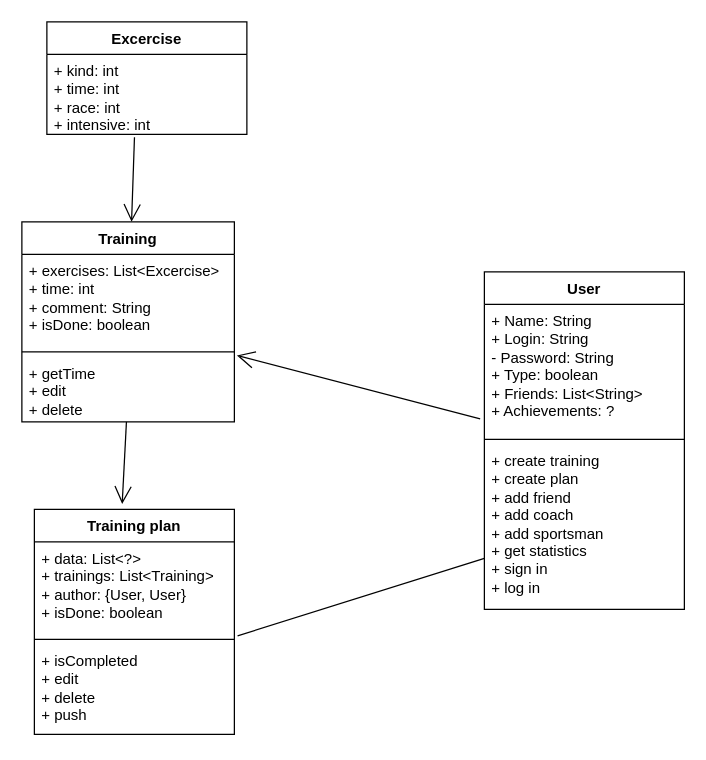
The draw.io diagram ClassDiagram.drawio in hse-2024-java-android-sport-app/sport-app-project, before the edit. Source tidied: cells renumbered, new cells numbered last; positions are measured from the earlier drawing's top-left corner, leaving out a move shared by most shapes. Both pictures are drawn from the tidied source at 125%, with x=0, y=0 at pixel (21, 21).
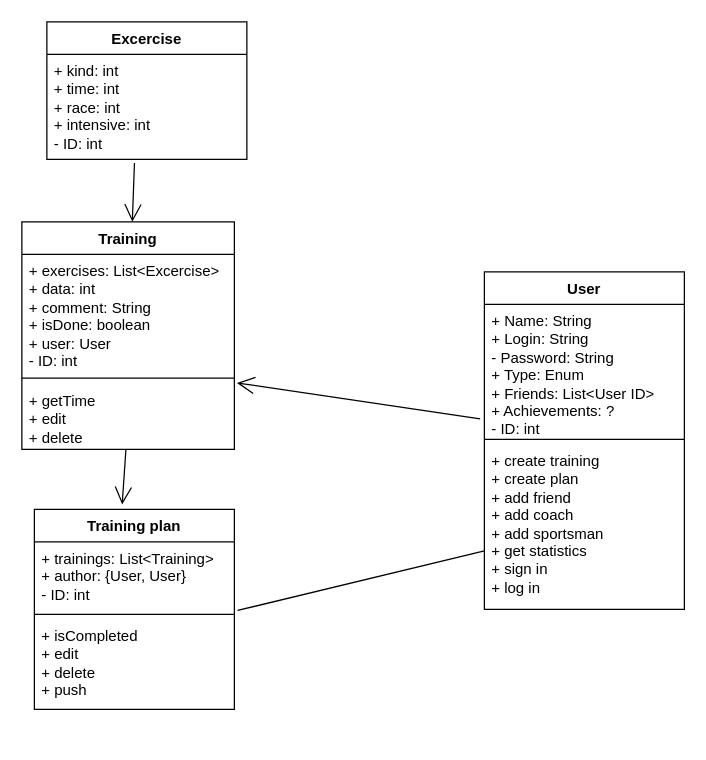
The same page after the edit.

What changed in the source:
```diff
@@
 <mxGraphModel>
   <root>
     <mxCell id="0" />
     <mxCell id="1" parent="0" />
     <mxCell id="2" value="User" style="swimlane;fontStyle=1;align=center;verticalAlign=top;horizontal=1;startSize=26;whiteSpace=wrap;html=1;" parent="1" vertex="1">
       <mxGeometry x="370" y="200" width="160" height="270" as="geometry" />
     </mxCell>
-    <mxCell id="3" value="+ Name: String&lt;br&gt;+ Login: String&lt;br&gt;- Password: String&lt;br&gt;+ Type: boolean&lt;br&gt;+ Friends: List&amp;lt;String&amp;gt;&lt;br&gt;+ Achievements: ?" style="text;strokeColor=none;fillColor=none;align=left;verticalAlign=top;spacingLeft=4;spacingRight=4;overflow=hidden;points=[[0,0.5],[1,0.5]];portConstraint=eastwest;whiteSpace=wrap;html=1;" parent="2" vertex="1">
+    <mxCell id="3" value="+ Name: String&lt;br&gt;+ Login: String&lt;br&gt;- Password: String&lt;br&gt;+ Type: Enum&lt;br&gt;+ Friends: List&amp;lt;User ID&amp;gt;&lt;br&gt;+ Achievements: ?&lt;br&gt;- ID: int" style="text;strokeColor=none;fillColor=none;align=left;verticalAlign=top;spacingLeft=4;spacingRight=4;overflow=hidden;points=[[0,0.5],[1,0.5]];portConstraint=eastwest;whiteSpace=wrap;html=1;" parent="2" vertex="1">
       <mxGeometry y="26" width="160" height="104" as="geometry" />
     </mxCell>
     <mxCell id="4" style="line;strokeWidth=1;fillColor=none;align=left;verticalAlign=middle;spacingTop=-1;spacingLeft=3;spacingRight=3;labelPosition=right;strokeColor=inherit;" parent="2" vertex="1">
       <mxGeometry y="130" width="160" height="8" as="geometry" />
     </mxCell>
     <mxCell id="5" value="+ create training&lt;br&gt;+ create plan&lt;br&gt;+ add friend&lt;br&gt;+ add coach&lt;br&gt;+ add sportsman&lt;br&gt;+ get statistics&lt;br&gt;+ sign in&lt;br&gt;+ log in" style="text;strokeColor=none;fillColor=none;align=left;verticalAlign=top;spacingLeft=4;spacingRight=4;overflow=hidden;points=[[0,0.5],[1,0.5]];portConstraint=eastwest;whiteSpace=wrap;html=1;" parent="2" vertex="1">
       <mxGeometry y="138" width="160" height="132" as="geometry" />
     </mxCell>
     <mxCell id="6" value="Excercise" style="swimlane;fontStyle=1;align=center;verticalAlign=top;horizontal=1;startSize=26;whiteSpace=wrap;html=1;" parent="1" vertex="1">
-      <mxGeometry x="20" width="160" height="90" as="geometry" />
+      <mxGeometry x="20" width="160" height="110" as="geometry" />
     </mxCell>
-    <mxCell id="7" value="+ kind: int&lt;br&gt;+ time: int&lt;br&gt;+ race: int&lt;br&gt;+ intensive: int" style="text;strokeColor=none;fillColor=none;align=left;verticalAlign=top;spacingLeft=4;spacingRight=4;overflow=hidden;points=[[0,0.5],[1,0.5]];portConstraint=eastwest;whiteSpace=wrap;html=1;" parent="6" vertex="1">
-      <mxGeometry y="26" width="160" height="64" as="geometry" />
+    <mxCell id="7" value="+ kind: int&lt;br&gt;+ time: int&lt;br&gt;+ race: int&lt;br&gt;+ intensive: int&lt;br&gt;- ID: int" style="text;strokeColor=none;fillColor=none;align=left;verticalAlign=top;spacingLeft=4;spacingRight=4;overflow=hidden;points=[[0,0.5],[1,0.5]];portConstraint=eastwest;whiteSpace=wrap;html=1;" parent="6" vertex="1">
+      <mxGeometry y="26" width="160" height="84" as="geometry" />
     </mxCell>
     <mxCell id="8" value="Training" style="swimlane;fontStyle=1;align=center;verticalAlign=top;horizontal=1;startSize=26;whiteSpace=wrap;html=1;" parent="1" vertex="1">
-      <mxGeometry y="160" width="170" height="160" as="geometry" />
+      <mxGeometry y="160" width="170" height="182" as="geometry" />
     </mxCell>
-    <mxCell id="9" value="+ exercises: List&amp;lt;Excercise&amp;gt;&lt;br&gt;+ time: int&lt;br&gt;+ comment: String&lt;br&gt;+ isDone: boolean" style="text;strokeColor=none;fillColor=none;align=left;verticalAlign=top;spacingLeft=4;spacingRight=4;overflow=hidden;whiteSpace=wrap;html=1;" parent="8" vertex="1">
-      <mxGeometry y="26" width="170" height="74" as="geometry" />
+    <mxCell id="9" value="+ exercises: List&amp;lt;Excercise&amp;gt;&lt;br&gt;+ data: int&lt;br&gt;+ comment: String&lt;br&gt;+ isDone: boolean&lt;br&gt;+ user: User&lt;br&gt;- ID: int" style="text;strokeColor=none;fillColor=none;align=left;verticalAlign=top;spacingLeft=4;spacingRight=4;overflow=hidden;whiteSpace=wrap;html=1;" parent="8" vertex="1">
+      <mxGeometry y="26" width="170" height="94" as="geometry" />
     </mxCell>
     <mxCell id="10" style="line;strokeWidth=1;fillColor=none;align=left;verticalAlign=middle;spacingTop=-1;spacingLeft=3;spacingRight=3;labelPosition=right;strokeColor=inherit;" parent="8" vertex="1">
-      <mxGeometry y="100" width="170" height="8" as="geometry" />
+      <mxGeometry y="120" width="170" height="10" as="geometry" />
     </mxCell>
     <mxCell id="11" value="+ getTime&lt;br&gt;+ edit&lt;br&gt;+ delete" style="text;strokeColor=none;fillColor=none;align=left;verticalAlign=top;spacingLeft=4;spacingRight=4;overflow=hidden;points=[[0,0.5],[1,0.5]];portConstraint=eastwest;whiteSpace=wrap;html=1;" parent="8" vertex="1">
-      <mxGeometry y="108" width="170" height="52" as="geometry" />
+      <mxGeometry y="130" width="170" height="52" as="geometry" />
     </mxCell>
     <mxCell id="12" value="Training plan" style="swimlane;fontStyle=1;align=center;verticalAlign=top;horizontal=1;startSize=26;whiteSpace=wrap;html=1;" parent="1" vertex="1">
-      <mxGeometry x="10" y="390" width="160" height="180" as="geometry" />
+      <mxGeometry x="10" y="390" width="160" height="160" as="geometry" />
     </mxCell>
-    <mxCell id="13" value="+ data: List&amp;lt;?&amp;gt;&lt;br&gt;+ trainings: List&amp;lt;Training&amp;gt;&lt;br&gt;+ author: {User, User}&lt;br&gt;+ isDone: boolean" style="text;strokeColor=none;fillColor=none;align=left;verticalAlign=top;spacingLeft=4;spacingRight=4;overflow=hidden;points=[[0,0.5],[1,0.5]];portConstraint=eastwest;whiteSpace=wrap;html=1;" parent="12" vertex="1">
-      <mxGeometry y="26" width="160" height="74" as="geometry" />
+    <mxCell id="13" value="+ trainings: List&amp;lt;Training&amp;gt;&lt;br&gt;+ author: {User, User}&lt;br&gt;- ID: int" style="text;strokeColor=none;fillColor=none;align=left;verticalAlign=top;spacingLeft=4;spacingRight=4;overflow=hidden;points=[[0,0.5],[1,0.5]];portConstraint=eastwest;whiteSpace=wrap;html=1;" parent="12" vertex="1">
+      <mxGeometry y="26" width="160" height="54" as="geometry" />
     </mxCell>
     <mxCell id="14" style="line;strokeWidth=1;fillColor=none;align=left;verticalAlign=middle;spacingTop=-1;spacingLeft=3;spacingRight=3;labelPosition=right;strokeColor=inherit;" parent="12" vertex="1">
-      <mxGeometry y="100" width="160" height="8" as="geometry" />
+      <mxGeometry y="80" width="160" height="8" as="geometry" />
     </mxCell>
     <mxCell id="15" value="+ isCompleted&lt;br&gt;+ edit&lt;br&gt;+ delete&lt;br&gt;+ push" style="text;strokeColor=none;fillColor=none;align=left;verticalAlign=top;spacingLeft=4;spacingRight=4;overflow=hidden;whiteSpace=wrap;html=1;" parent="12" vertex="1">
-      <mxGeometry y="108" width="160" height="72" as="geometry" />
+      <mxGeometry y="88" width="160" height="72" as="geometry" />
     </mxCell>
     <mxCell id="16" style="endArrow=none;endFill=0;endSize=12;html=1;rounded=0;entryX=1.016;entryY=1.016;entryDx=0;entryDy=0;entryPerimeter=0;" parent="1" edge="1" source="5" target="13">
       <mxGeometry relative="1" as="geometry" />
     </mxCell>
     <mxCell id="17" style="endArrow=open;endFill=1;endSize=12;html=1;rounded=0;exitX=-0.021;exitY=0.88;exitDx=0;exitDy=0;exitPerimeter=0;entryX=1.012;entryY=-0.023;entryDx=0;entryDy=0;entryPerimeter=0;" parent="1" edge="1" source="3" target="11">
       <mxGeometry relative="1" as="geometry" />
     </mxCell>
     <mxCell id="18" style="endArrow=open;endFill=1;endSize=12;html=1;rounded=0;exitX=0.438;exitY=1.035;exitDx=0;exitDy=0;exitPerimeter=0;" parent="1" edge="1" source="7" target="8">
       <mxGeometry relative="1" as="geometry" />
     </mxCell>
     <mxCell id="19" style="endArrow=open;endFill=1;endSize=12;html=1;rounded=0;entryX=0.439;entryY=-0.024;entryDx=0;entryDy=0;entryPerimeter=0;" parent="1" edge="1" source="11" target="12">
       <mxGeometry relative="1" as="geometry" />
     </mxCell>
   </root>
 </mxGraphModel>
```
